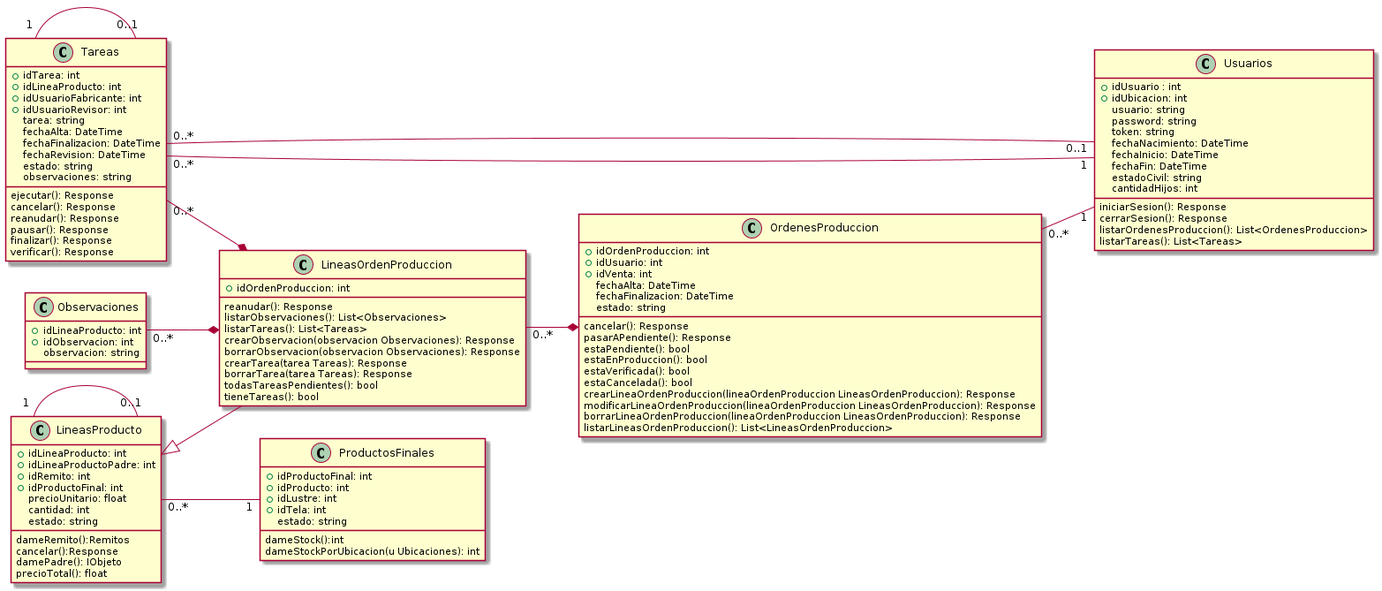
Earlier version of the PlantUML export Informe Final/Imagenes/DiagramaClases/Vistas/vistaProduccion.png (ZMGestion/DocumentacionZMGestion).
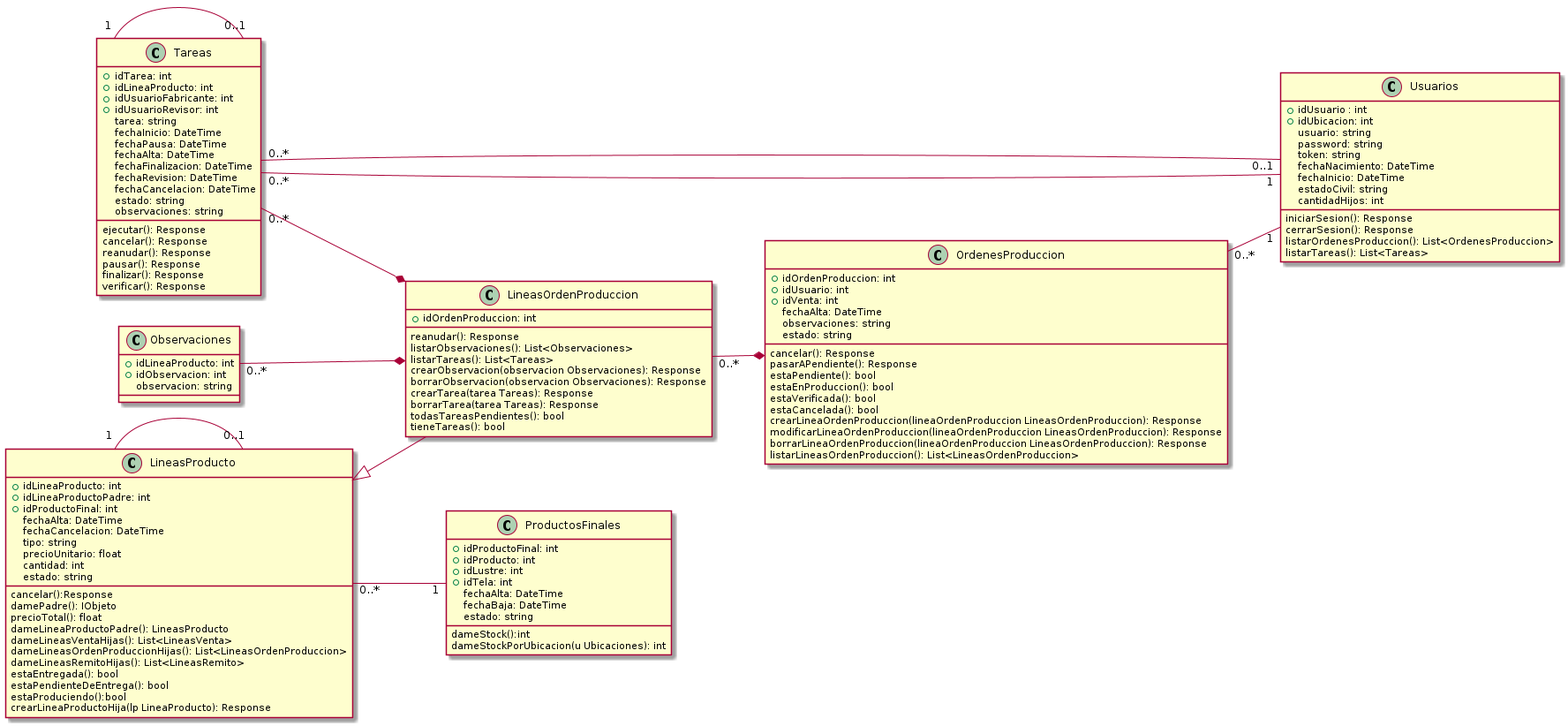
After the commit.

Diff of the diagram source:
```diff
@@ -7,7 +7,6 @@
    token: string
    fechaNacimiento: DateTime
    fechaInicio: DateTime
-   fechaFin: DateTime
    estadoCivil: string
    cantidadHijos: int
 
@@ -22,9 +21,12 @@
     +idUsuarioFabricante: int
     +idUsuarioRevisor: int
     tarea: string
+    fechaInicio: DateTime
+    fechaPausa: DateTime
     fechaAlta: DateTime
     fechaFinalizacion: DateTime
     fechaRevision: DateTime
+    fechaCancelacion: DateTime
     estado: string
     observaciones: string
 
@@ -41,7 +43,7 @@
     +idUsuario: int
     +idVenta: int
     fechaAlta: DateTime
-    fechaFinalizacion: DateTime
+    observaciones: string
     estado: string
 
     cancelar(): Response
@@ -61,6 +63,8 @@
     +idProducto: int
     +idLustre: int
     +idTela: int
+    fechaAlta: DateTime
+    fechaBaja: DateTime
     estado: string
 
     dameStock():int
@@ -76,16 +80,26 @@
 class LineasProducto{
     +idLineaProducto: int
     +idLineaProductoPadre: int
-    +idRemito: int
     +idProductoFinal: int
+    fechaAlta: DateTime
+    fechaCancelacion: DateTime
+    tipo: string
     precioUnitario: float
     cantidad: int
     estado: string
 
-    dameRemito():Remitos
+
     cancelar():Response
     damePadre(): IObjeto
     precioTotal(): float
+    dameLineaProductoPadre(): LineasProducto
+    dameLineasVentaHijas(): List<LineasVenta>
+    dameLineasOrdenProduccionHijas(): List<LineasOrdenProduccion>
+    dameLineasRemitoHijas(): List<LineasRemito>
+    estaEntregada(): bool
+    estaPendienteDeEntrega(): bool
+    estaProduciendo():bool
+    crearLineaProductoHija(lp LineaProducto): Response
 }
 class LineasOrdenProduccion{
     +idOrdenProduccion: int
```
